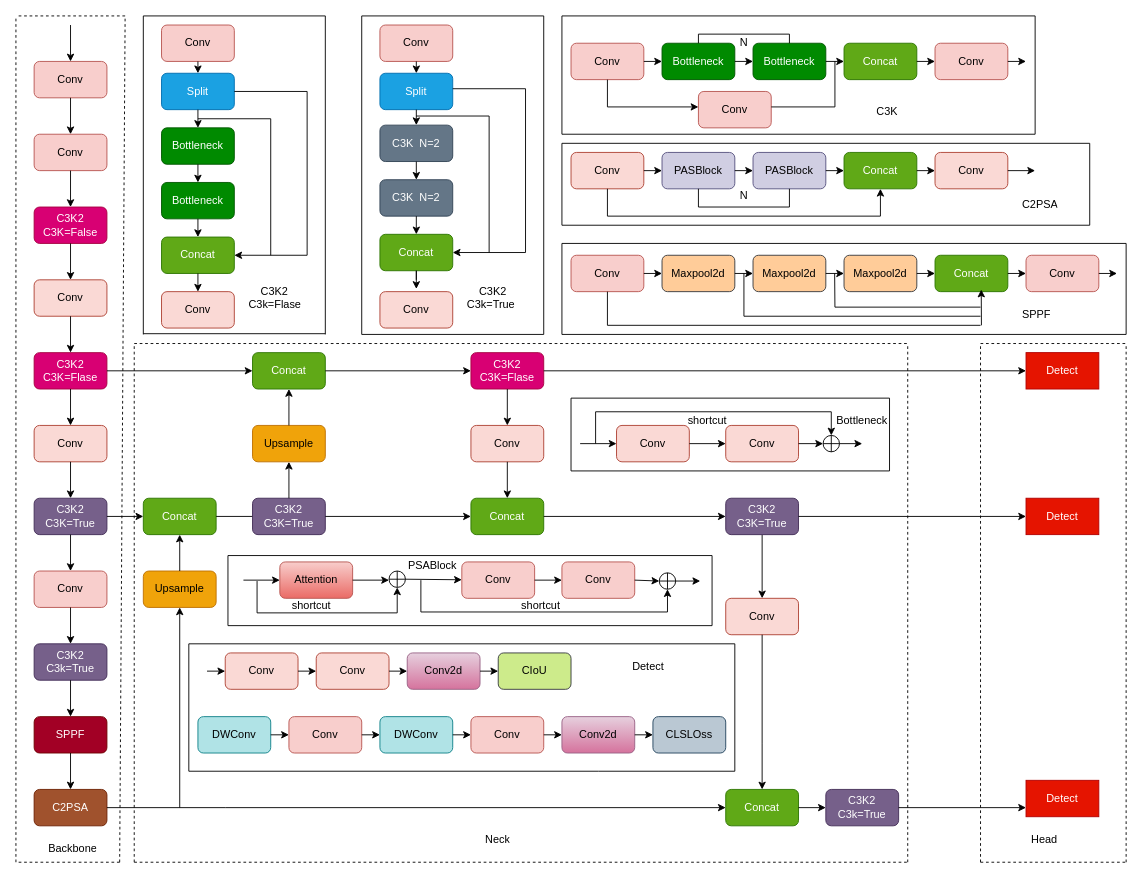
lgq622/long keeps this draw.io diagram as yolo11.drawio. Above is the earlier version. Source tidied: cells renumbered, new cells numbered last; positions are measured from the earlier drawing's top-left corner, leaving out a move shared by most shapes. Both pictures are drawn from the tidied source at 91%, with x=0, y=0 at pixel (15, 15).
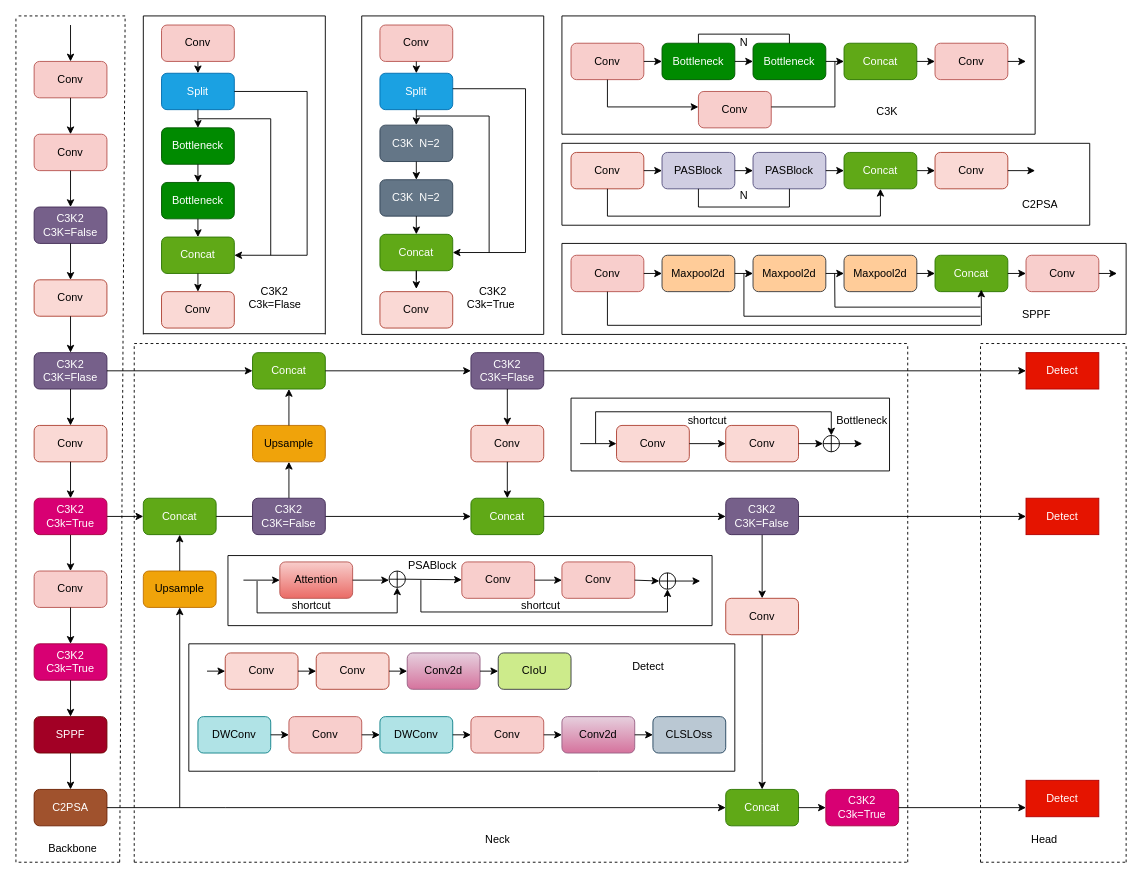
The same page after the edit.

The change refers to these unchanged cells:
```xml
<mxCell id="13" value="Conv" style="rounded=1;whiteSpace=wrap;html=1;fillColor=#fad9d5;strokeColor=#ae4132;" parent="1" vertex="1">
  <mxGeometry x="20" y="450" width="80" height="40" as="geometry" />
</mxCell>
<mxCell id="36" value="Upsample" style="rounded=1;whiteSpace=wrap;html=1;fillColor=#f0a30a;fontColor=#000000;strokeColor=#BD7000;" parent="1" vertex="1">
  <mxGeometry x="260" y="450" width="80" height="40" as="geometry" />
</mxCell>
<mxCell id="41" value="Concat" style="rounded=1;whiteSpace=wrap;html=1;fillColor=#60a917;fontColor=#ffffff;strokeColor=#2D7600;" parent="1" vertex="1">
  <mxGeometry x="500" y="530" width="80" height="40" as="geometry" />
</mxCell>
<mxCell id="49" value="Conv" style="rounded=1;whiteSpace=wrap;html=1;fillColor=#fad9d5;strokeColor=#ae4132;" parent="1" vertex="1">
  <mxGeometry x="780" y="640" width="80" height="40" as="geometry" />
</mxCell>
<mxCell id="56" value="Detect" style="rounded=0;whiteSpace=wrap;html=1;fillColor=#e51400;fontColor=#ffffff;strokeColor=#B20000;" parent="1" vertex="1">
  <mxGeometry x="1110" y="530" width="80" height="40" as="geometry" />
</mxCell>
```

Diff of the diagram source:
```diff
@@
-    <mxCell id="7" value="C3K2&lt;div&gt;C3K=False&lt;/div&gt;" style="rounded=1;whiteSpace=wrap;html=1;fillColor=#d80073;fontColor=#ffffff;strokeColor=#A50040;direction=west;" parent="1" vertex="1">
+    <mxCell id="7" value="C3K2&lt;div&gt;C3K=False&lt;/div&gt;" style="rounded=1;whiteSpace=wrap;html=1;fillColor=#76608a;fontColor=#ffffff;strokeColor=#432D57;direction=west;" parent="1" vertex="1">
       <mxGeometry x="20" y="210" width="80" height="40" as="geometry" />
     </mxCell>
@@
-    <mxCell id="11" value="C3K2&lt;div&gt;C3K=Flase&lt;/div&gt;" style="rounded=1;whiteSpace=wrap;html=1;fillColor=#d80073;strokeColor=#A50040;fontColor=#ffffff;" parent="1" vertex="1">
+    <mxCell id="11" value="C3K2&lt;div&gt;C3K=Flase&lt;/div&gt;" style="rounded=1;whiteSpace=wrap;html=1;fillColor=#76608a;strokeColor=#432D57;fontColor=#ffffff;" parent="1" vertex="1">
       <mxGeometry x="20" y="370" width="80" height="40" as="geometry" />
     </mxCell>
@@
-    <mxCell id="14" style="endArrow=classic;html=1;rounded=0;exitX=0.5;exitY=1;exitDx=0;exitDy=0;" parent="1" edge="1" source="13" target="15">
-      <mxGeometry relative="1" as="geometry" />
+    <mxCell id="14" style="endArrow=classic;html=1;rounded=0;exitX=0.5;exitY=1;exitDx=0;exitDy=0;" parent="1" edge="1" source="13">
+      <mxGeometry relative="1" as="geometry">
+        <mxPoint x="60" y="530" as="targetPoint" />
+      </mxGeometry>
     </mxCell>
-    <mxCell id="15" value="C3K2&lt;div&gt;C3K=True&lt;/div&gt;" style="rounded=1;whiteSpace=wrap;html=1;fillColor=#76608a;fontColor=#ffffff;strokeColor=#432D57;" parent="1" vertex="1">
-      <mxGeometry x="20" y="530" width="80" height="40" as="geometry" />
-    </mxCell>
-    <mxCell id="16" style="endArrow=classic;html=1;rounded=0;exitX=0.5;exitY=1;exitDx=0;exitDy=0;" parent="1" edge="1" source="15">
+    <mxCell id="16" style="endArrow=classic;html=1;rounded=0;exitX=0.5;exitY=1;exitDx=0;exitDy=0;" parent="1" edge="1">
       <mxGeometry relative="1" as="geometry">
+        <mxPoint x="60" y="570" as="sourcePoint" />
         <mxPoint x="60" y="610" as="targetPoint" />
       </mxGeometry>
     </mxCell>
@@
-    <mxCell id="19" value="C3K2&lt;div&gt;C3k=True&lt;/div&gt;" style="rounded=1;whiteSpace=wrap;html=1;fillColor=#76608a;fontColor=#ffffff;strokeColor=#432D57;" parent="1" vertex="1">
+    <mxCell id="19" value="C3K2&lt;div&gt;C3k=True&lt;/div&gt;" style="rounded=1;whiteSpace=wrap;html=1;fillColor=#d80073;fontColor=#ffffff;strokeColor=#A50040;" parent="1" vertex="1">
       <mxGeometry x="20" y="690" width="80" height="40" as="geometry" />
     </mxCell>
@@
-    <mxCell id="27" value="C3K2&lt;div&gt;C3k=True&lt;/div&gt;" style="rounded=1;whiteSpace=wrap;html=1;fillColor=#76608a;fontColor=#ffffff;strokeColor=#432D57;" parent="1" vertex="1">
+    <mxCell id="27" value="C3K2&lt;div&gt;C3k=True&lt;/div&gt;" style="rounded=1;whiteSpace=wrap;html=1;fillColor=#d80073;fontColor=#ffffff;strokeColor=#A50040;" parent="1" vertex="1">
       <mxGeometry x="890" y="850" width="80" height="40" as="geometry" />
     </mxCell>
@@
-    <mxCell id="30" style="endArrow=classic;html=1;rounded=0;exitX=1;exitY=0.5;exitDx=0;exitDy=0;" parent="1" edge="1" source="15">
+    <mxCell id="30" style="endArrow=classic;html=1;rounded=0;exitX=1;exitY=0.5;exitDx=0;exitDy=0;" parent="1" edge="1">
       <mxGeometry relative="1" as="geometry">
+        <mxPoint x="100" y="550" as="sourcePoint" />
         <mxPoint x="140" y="550" as="targetPoint" />
       </mxGeometry>
     </mxCell>
@@
-    <mxCell id="34" value="C3K2&lt;div&gt;C3K=True&lt;/div&gt;" style="rounded=1;whiteSpace=wrap;html=1;fillColor=#76608a;fontColor=#ffffff;strokeColor=#432D57;" parent="1" vertex="1">
-      <mxGeometry x="260" y="530" width="80" height="40" as="geometry" />
-    </mxCell>
-    <mxCell id="35" style="endArrow=classic;html=1;rounded=0;exitX=0.5;exitY=0;exitDx=0;exitDy=0;entryX=0.5;entryY=1;entryDx=0;entryDy=0;" parent="1" edge="1" source="34" target="36">
-      <mxGeometry relative="1" as="geometry" />
+    <mxCell id="35" style="endArrow=classic;html=1;rounded=0;exitX=0.5;exitY=0;exitDx=0;exitDy=0;entryX=0.5;entryY=1;entryDx=0;entryDy=0;" parent="1" edge="1" target="36">
+      <mxGeometry relative="1" as="geometry">
+        <mxPoint x="300" y="530" as="sourcePoint" />
+      </mxGeometry>
     </mxCell>
@@
-    <mxCell id="40" style="endArrow=classic;html=1;rounded=0;exitX=1;exitY=0.5;exitDx=0;exitDy=0;entryX=0;entryY=0.5;entryDx=0;entryDy=0;" parent="1" edge="1" source="34" target="41">
+    <mxCell id="40" style="endArrow=classic;html=1;rounded=0;exitX=1;exitY=0.5;exitDx=0;exitDy=0;entryX=0;entryY=0.5;entryDx=0;entryDy=0;" parent="1" edge="1" source="248" target="41">
       <mxGeometry relative="1" as="geometry" />
     </mxCell>
@@
-    <mxCell id="43" value="C3K2&lt;div&gt;C3K=Flase&lt;/div&gt;" style="rounded=1;whiteSpace=wrap;html=1;fillColor=#d80073;strokeColor=#A50040;fontColor=#ffffff;" parent="1" vertex="1">
+    <mxCell id="43" value="C3K2&lt;div&gt;C3K=Flase&lt;/div&gt;" style="rounded=1;whiteSpace=wrap;html=1;fillColor=#76608a;strokeColor=#432D57;fontColor=#ffffff;" parent="1" vertex="1">
       <mxGeometry x="500" y="370" width="80" height="40" as="geometry" />
     </mxCell>
@@
-    <mxCell id="47" style="endArrow=classic;html=1;rounded=0;exitX=1;exitY=0.5;exitDx=0;exitDy=0;entryX=0;entryY=0.5;entryDx=0;entryDy=0;" parent="1" edge="1" source="41" target="53">
-      <mxGeometry relative="1" as="geometry" />
+    <mxCell id="47" style="endArrow=classic;html=1;rounded=0;exitX=1;exitY=0.5;exitDx=0;exitDy=0;entryX=0;entryY=0.5;entryDx=0;entryDy=0;" parent="1" edge="1" source="41">
+      <mxGeometry relative="1" as="geometry">
+        <mxPoint x="780" y="550" as="targetPoint" />
+      </mxGeometry>
     </mxCell>
-    <mxCell id="48" style="endArrow=classic;html=1;rounded=0;entryX=0.5;entryY=0;entryDx=0;entryDy=0;exitX=0.5;exitY=1;exitDx=0;exitDy=0;" parent="1" edge="1" source="53" target="49">
-      <mxGeometry relative="1" as="geometry" />
+    <mxCell id="48" style="endArrow=classic;html=1;rounded=0;entryX=0.5;entryY=0;entryDx=0;entryDy=0;exitX=0.5;exitY=1;exitDx=0;exitDy=0;" parent="1" edge="1" target="49">
+      <mxGeometry relative="1" as="geometry">
+        <mxPoint x="820" y="570" as="sourcePoint" />
+      </mxGeometry>
     </mxCell>
@@
-    <mxCell id="53" value="C3K2&lt;div&gt;C3K=True&lt;/div&gt;" style="rounded=1;whiteSpace=wrap;html=1;fillColor=#76608a;fontColor=#ffffff;strokeColor=#432D57;" parent="1" vertex="1">
-      <mxGeometry x="780" y="530" width="80" height="40" as="geometry" />
-    </mxCell>
-    <mxCell id="54" style="endArrow=classic;html=1;rounded=0;exitX=1;exitY=0.5;exitDx=0;exitDy=0;entryX=0;entryY=0.5;entryDx=0;entryDy=0;" parent="1" edge="1" source="53" target="56">
-      <mxGeometry relative="1" as="geometry" />
+    <mxCell id="54" style="endArrow=classic;html=1;rounded=0;exitX=1;exitY=0.5;exitDx=0;exitDy=0;entryX=0;entryY=0.5;entryDx=0;entryDy=0;" parent="1" edge="1" target="56">
+      <mxGeometry relative="1" as="geometry">
+        <mxPoint x="860" y="550" as="sourcePoint" />
+      </mxGeometry>
     </mxCell>
@@
+    <mxCell id="246" value="C3K2&lt;div&gt;C3K=False&lt;/div&gt;" style="rounded=1;whiteSpace=wrap;html=1;fillColor=#76608a;fontColor=#ffffff;strokeColor=#432D57;direction=west;" parent="1" vertex="1">
+      <mxGeometry x="780" y="530" width="80" height="40" as="geometry" />
+    </mxCell>
+    <mxCell id="247" style="endArrow=classic;html=1;rounded=0;exitX=1;exitY=0.5;exitDx=0;exitDy=0;entryX=0;entryY=0.5;entryDx=0;entryDy=0;" parent="1" edge="1" target="248">
+      <mxGeometry relative="1" as="geometry">
+        <mxPoint x="340" y="550" as="sourcePoint" />
+      </mxGeometry>
+    </mxCell>
+    <mxCell id="248" value="C3K2&lt;div&gt;C3K=False&lt;/div&gt;" style="rounded=1;whiteSpace=wrap;html=1;fillColor=#76608a;fontColor=#ffffff;strokeColor=#432D57;direction=west;" parent="1" vertex="1">
+      <mxGeometry x="260" y="530" width="80" height="40" as="geometry" />
+    </mxCell>
+    <mxCell id="249" value="C3K2&lt;div&gt;C3k=True&lt;/div&gt;" style="rounded=1;whiteSpace=wrap;html=1;fillColor=#d80073;fontColor=#ffffff;strokeColor=#A50040;" parent="1" vertex="1">
+      <mxGeometry x="20" y="530" width="80" height="40" as="geometry" />
+    </mxCell>
```
